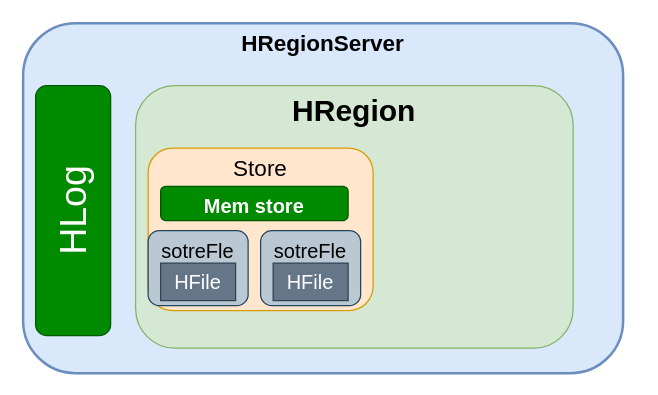
Above: HBase.drawio in starzy1990/diagrams (draw.io), before the change. Source tidied: cells renumbered, new cells numbered last; positions are measured from the earlier drawing's top-left corner, leaving out a move shared by most shapes. Both pictures are drawn from the tidied source at 125%, with x=0, y=0 at pixel (22, 22).
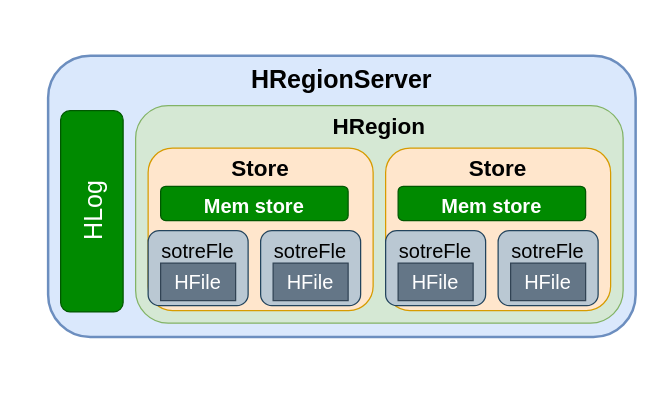
After the change.

The edit, as a diff of the source:
```diff
@@
 <mxGraphModel>
   <root>
     <mxCell id="0" />
     <mxCell id="1" parent="0" />
-    <mxCell id="2" value="HRegionServer" style="rounded=1;whiteSpace=wrap;html=1;strokeWidth=2;fillColor=#dae8fc;strokeColor=#6c8ebf;fontSize=18;verticalAlign=top;fontStyle=1;" parent="1" vertex="1">
-      <mxGeometry width="480" height="280" as="geometry" />
+    <mxCell id="2" value="HRegionServer" style="rounded=1;whiteSpace=wrap;html=1;strokeWidth=2;fillColor=#dae8fc;strokeColor=#6c8ebf;fontSize=20;verticalAlign=top;fontStyle=1;" parent="1" vertex="1">
+      <mxGeometry x="20" y="26" width="470" height="225" as="geometry" />
     </mxCell>
-    <mxCell id="3" value="HLog" style="rounded=1;whiteSpace=wrap;html=1;fillColor=#008a00;fontColor=#ffffff;strokeColor=#005700;horizontal=0;fontSize=30;" parent="1" vertex="1">
-      <mxGeometry x="10" y="50" width="60" height="200" as="geometry" />
+    <mxCell id="3" value="HLog" style="rounded=1;whiteSpace=wrap;html=1;fillColor=#008a00;fontColor=#ffffff;strokeColor=#005700;horizontal=0;fontSize=20;" parent="1" vertex="1">
+      <mxGeometry x="30" y="70" width="50" height="161" as="geometry" />
     </mxCell>
-    <mxCell id="4" value="HRegion" style="rounded=1;whiteSpace=wrap;html=1;fontSize=24;fillColor=#d5e8d4;strokeColor=#82b366;verticalAlign=top;fontStyle=1;" parent="1" vertex="1">
-      <mxGeometry x="90" y="50" width="350" height="210" as="geometry" />
+    <mxCell id="4" value="HRegion" style="rounded=1;whiteSpace=wrap;html=1;fontSize=18;fillColor=#d5e8d4;strokeColor=#82b366;verticalAlign=top;fontStyle=1;" parent="1" vertex="1">
+      <mxGeometry x="90" y="66" width="390" height="174" as="geometry" />
     </mxCell>
-    <mxCell id="5" value="Store" style="rounded=1;whiteSpace=wrap;html=1;fontSize=18;fillColor=#ffe6cc;strokeColor=#d79b00;verticalAlign=top;" parent="1" vertex="1">
+    <mxCell id="5" value="Store" style="rounded=1;whiteSpace=wrap;html=1;fontSize=18;fillColor=#ffe6cc;strokeColor=#d79b00;verticalAlign=top;fontStyle=1;" parent="1" vertex="1">
       <mxGeometry x="100" y="100" width="180" height="130" as="geometry" />
     </mxCell>
     <mxCell id="6" value="&lt;font style=&quot;font-size: 16px;&quot;&gt;Mem store&lt;/font&gt;" style="rounded=1;whiteSpace=wrap;html=1;fontSize=24;fontStyle=1;fillColor=#008a00;fontColor=#ffffff;strokeColor=#005700;" parent="1" vertex="1">
       <mxGeometry x="110" y="130.5" width="150" height="27.5" as="geometry" />
     </mxCell>
     <mxCell id="7" value="sotreFle" style="rounded=1;whiteSpace=wrap;html=1;fontSize=16;verticalAlign=top;fillColor=#bac8d3;strokeColor=#23445d;" parent="1" vertex="1">
       <mxGeometry x="100" y="166" width="80" height="60" as="geometry" />
     </mxCell>
     <mxCell id="8" value="HFile" style="rounded=0;whiteSpace=wrap;html=1;fontSize=16;fillColor=#647687;strokeColor=#314354;fontColor=#ffffff;" parent="1" vertex="1">
       <mxGeometry x="110" y="192" width="60" height="30" as="geometry" />
     </mxCell>
     <mxCell id="9" value="sotreFle" style="rounded=1;whiteSpace=wrap;html=1;fontSize=16;verticalAlign=top;fillColor=#bac8d3;strokeColor=#23445d;" parent="1" vertex="1">
       <mxGeometry x="190" y="166" width="80" height="60" as="geometry" />
     </mxCell>
     <mxCell id="10" value="HFile" style="rounded=0;whiteSpace=wrap;html=1;fontSize=16;fillColor=#647687;strokeColor=#314354;fontColor=#ffffff;" parent="1" vertex="1">
       <mxGeometry x="200" y="192" width="60" height="30" as="geometry" />
     </mxCell>
+    <mxCell id="11" value="Store" style="rounded=1;whiteSpace=wrap;html=1;fontSize=18;fillColor=#ffe6cc;strokeColor=#d79b00;verticalAlign=top;fontStyle=1;" parent="1" vertex="1">
+      <mxGeometry x="290" y="100" width="180" height="130" as="geometry" />
+    </mxCell>
+    <mxCell id="12" value="&lt;font style=&quot;font-size: 16px;&quot;&gt;Mem store&lt;/font&gt;" style="rounded=1;whiteSpace=wrap;html=1;fontSize=24;fontStyle=1;fillColor=#008a00;fontColor=#ffffff;strokeColor=#005700;" parent="1" vertex="1">
+      <mxGeometry x="300" y="130.5" width="150" height="27.5" as="geometry" />
+    </mxCell>
+    <mxCell id="13" value="sotreFle" style="rounded=1;whiteSpace=wrap;html=1;fontSize=16;verticalAlign=top;fillColor=#bac8d3;strokeColor=#23445d;" parent="1" vertex="1">
+      <mxGeometry x="290" y="166" width="80" height="60" as="geometry" />
+    </mxCell>
+    <mxCell id="14" value="HFile" style="rounded=0;whiteSpace=wrap;html=1;fontSize=16;fillColor=#647687;strokeColor=#314354;fontColor=#ffffff;" parent="1" vertex="1">
+      <mxGeometry x="300" y="192" width="60" height="30" as="geometry" />
+    </mxCell>
+    <mxCell id="15" value="sotreFle" style="rounded=1;whiteSpace=wrap;html=1;fontSize=16;verticalAlign=top;fillColor=#bac8d3;strokeColor=#23445d;" parent="1" vertex="1">
+      <mxGeometry x="380" y="166" width="80" height="60" as="geometry" />
+    </mxCell>
+    <mxCell id="16" value="HFile" style="rounded=0;whiteSpace=wrap;html=1;fontSize=16;fillColor=#647687;strokeColor=#314354;fontColor=#ffffff;" parent="1" vertex="1">
+      <mxGeometry x="390" y="192" width="60" height="30" as="geometry" />
+    </mxCell>
   </root>
 </mxGraphModel>
```
